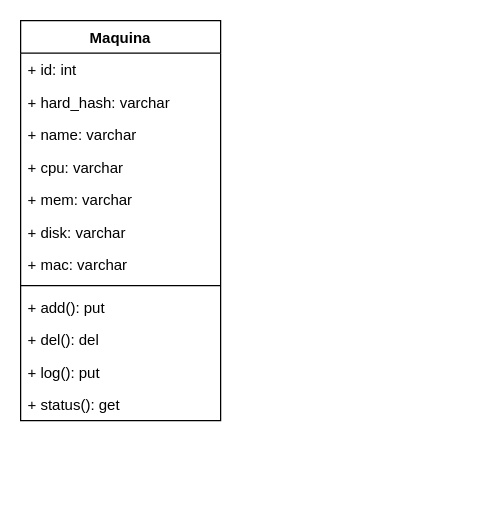
The draw.io diagram page "Objetos" (2 of 3) of storage/modelagem/Modelagem_Coruja.drawio in luizfpq/coruja-backend, before the edit. Source tidied: cells renumbered, new cells numbered last; positions are measured from the earlier drawing's top-left corner, leaving out a move shared by most shapes. Both pictures are drawn from the tidied source at 125%, with x=0, y=0 at pixel (20, 20).
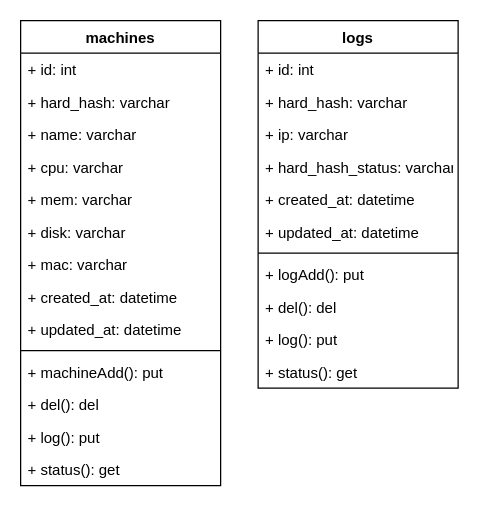
The same page after the edit.

Change to the diagram source:
```diff
@@
-    <mxCell id="2" value="Maquina" style="swimlane;fontStyle=1;align=center;verticalAlign=top;horizontal=1;startSize=26;" parent="1" vertex="1">
-      <mxGeometry width="160" height="320" as="geometry" />
+    <mxCell id="2" value="machines" style="swimlane;fontStyle=1;align=center;verticalAlign=top;horizontal=1;startSize=26;" parent="1" vertex="1">
+      <mxGeometry width="160" height="372" as="geometry" />
     </mxCell>
@@
+    <mxCell id="15" value="+ mac: varchar" style="text;strokeColor=none;fillColor=none;align=left;verticalAlign=top;spacingLeft=4;spacingRight=4;overflow=hidden;" parent="2" vertex="1">
+      <mxGeometry y="182" width="160" height="26" as="geometry" />
+    </mxCell>
+    <mxCell id="16" value="+ created_at: datetime" style="text;strokeColor=none;fillColor=none;align=left;verticalAlign=top;spacingLeft=4;spacingRight=4;overflow=hidden;" parent="2" vertex="1">
+      <mxGeometry y="208" width="160" height="26" as="geometry" />
+    </mxCell>
-    <mxCell id="9" value="+ mac: varchar" style="text;strokeColor=none;fillColor=none;align=left;verticalAlign=top;spacingLeft=4;spacingRight=4;overflow=hidden;" parent="2" vertex="1">
-      <mxGeometry y="182" width="160" height="26" as="geometry" />
+    <mxCell id="9" value="+ updated_at: datetime" style="text;strokeColor=none;fillColor=none;align=left;verticalAlign=top;spacingLeft=4;spacingRight=4;overflow=hidden;" parent="2" vertex="1">
+      <mxGeometry y="234" width="160" height="26" as="geometry" />
     </mxCell>
     <mxCell id="10" style="line;strokeWidth=1;fillColor=none;align=left;verticalAlign=middle;spacingTop=-1;spacingLeft=3;spacingRight=3;labelPosition=right;" parent="2" vertex="1">
-      <mxGeometry y="208" width="160" height="8" as="geometry" />
+      <mxGeometry y="260" width="160" height="8" as="geometry" />
     </mxCell>
-    <mxCell id="11" value="+ add(): put" style="text;strokeColor=none;fillColor=none;align=left;verticalAlign=top;spacingLeft=4;spacingRight=4;overflow=hidden;" parent="2" vertex="1">
-      <mxGeometry y="216" width="160" height="26" as="geometry" />
+    <mxCell id="11" value="+ machineAdd(): put" style="text;strokeColor=none;fillColor=none;align=left;verticalAlign=top;spacingLeft=4;spacingRight=4;overflow=hidden;" parent="2" vertex="1">
+      <mxGeometry y="268" width="160" height="26" as="geometry" />
     </mxCell>
     <mxCell id="12" value="+ del(): del" style="text;strokeColor=none;fillColor=none;align=left;verticalAlign=top;spacingLeft=4;spacingRight=4;overflow=hidden;" parent="2" vertex="1">
-      <mxGeometry y="242" width="160" height="26" as="geometry" />
+      <mxGeometry y="294" width="160" height="26" as="geometry" />
     </mxCell>
     <mxCell id="13" value="+ log(): put" style="text;strokeColor=none;fillColor=none;align=left;verticalAlign=top;spacingLeft=4;spacingRight=4;overflow=hidden;" parent="2" vertex="1">
-      <mxGeometry y="268" width="160" height="26" as="geometry" />
+      <mxGeometry y="320" width="160" height="26" as="geometry" />
     </mxCell>
     <mxCell id="14" value="+ status(): get" style="text;strokeColor=none;fillColor=none;align=left;verticalAlign=top;spacingLeft=4;spacingRight=4;overflow=hidden;" parent="2" vertex="1">
-      <mxGeometry y="294" width="160" height="26" as="geometry" />
+      <mxGeometry y="346" width="160" height="26" as="geometry" />
     </mxCell>
+    <mxCell id="17" value="logs&#10;&#10;" style="swimlane;fontStyle=1;align=center;verticalAlign=top;horizontal=1;startSize=26;" parent="1" vertex="1">
+      <mxGeometry x="190" width="160" height="294" as="geometry" />
+    </mxCell>
+    <mxCell id="18" value="+ id: int" style="text;strokeColor=none;fillColor=none;align=left;verticalAlign=top;spacingLeft=4;spacingRight=4;overflow=hidden;" parent="17" vertex="1">
+      <mxGeometry y="26" width="160" height="26" as="geometry" />
+    </mxCell>
+    <mxCell id="19" value="+ hard_hash: varchar" style="text;strokeColor=none;fillColor=none;align=left;verticalAlign=top;spacingLeft=4;spacingRight=4;overflow=hidden;" parent="17" vertex="1">
+      <mxGeometry y="52" width="160" height="26" as="geometry" />
+    </mxCell>
+    <mxCell id="20" value="+ ip: varchar" style="text;strokeColor=none;fillColor=none;align=left;verticalAlign=top;spacingLeft=4;spacingRight=4;overflow=hidden;" parent="17" vertex="1">
+      <mxGeometry y="78" width="160" height="26" as="geometry" />
+    </mxCell>
+    <mxCell id="21" value="+ hard_hash_status: varchar" style="text;strokeColor=none;fillColor=none;align=left;verticalAlign=top;spacingLeft=4;spacingRight=4;overflow=hidden;" parent="17" vertex="1">
+      <mxGeometry y="104" width="160" height="26" as="geometry" />
+    </mxCell>
+    <mxCell id="22" value="+ created_at: datetime" style="text;strokeColor=none;fillColor=none;align=left;verticalAlign=top;spacingLeft=4;spacingRight=4;overflow=hidden;" parent="17" vertex="1">
+      <mxGeometry y="130" width="160" height="26" as="geometry" />
+    </mxCell>
+    <mxCell id="23" value="+ updated_at: datetime" style="text;strokeColor=none;fillColor=none;align=left;verticalAlign=top;spacingLeft=4;spacingRight=4;overflow=hidden;" parent="17" vertex="1">
+      <mxGeometry y="156" width="160" height="26" as="geometry" />
+    </mxCell>
+    <mxCell id="24" style="line;strokeWidth=1;fillColor=none;align=left;verticalAlign=middle;spacingTop=-1;spacingLeft=3;spacingRight=3;labelPosition=right;" parent="17" vertex="1">
+      <mxGeometry y="182" width="160" height="8" as="geometry" />
+    </mxCell>
+    <mxCell id="25" value="+ logAdd(): put" style="text;strokeColor=none;fillColor=none;align=left;verticalAlign=top;spacingLeft=4;spacingRight=4;overflow=hidden;" parent="17" vertex="1">
+      <mxGeometry y="190" width="160" height="26" as="geometry" />
+    </mxCell>
+    <mxCell id="26" value="+ del(): del" style="text;strokeColor=none;fillColor=none;align=left;verticalAlign=top;spacingLeft=4;spacingRight=4;overflow=hidden;" parent="17" vertex="1">
+      <mxGeometry y="216" width="160" height="26" as="geometry" />
+    </mxCell>
+    <mxCell id="27" value="+ log(): put" style="text;strokeColor=none;fillColor=none;align=left;verticalAlign=top;spacingLeft=4;spacingRight=4;overflow=hidden;" parent="17" vertex="1">
+      <mxGeometry y="242" width="160" height="26" as="geometry" />
+    </mxCell>
+    <mxCell id="28" value="+ status(): get" style="text;strokeColor=none;fillColor=none;align=left;verticalAlign=top;spacingLeft=4;spacingRight=4;overflow=hidden;" parent="17" vertex="1">
+      <mxGeometry y="268" width="160" height="26" as="geometry" />
+    </mxCell>
```
